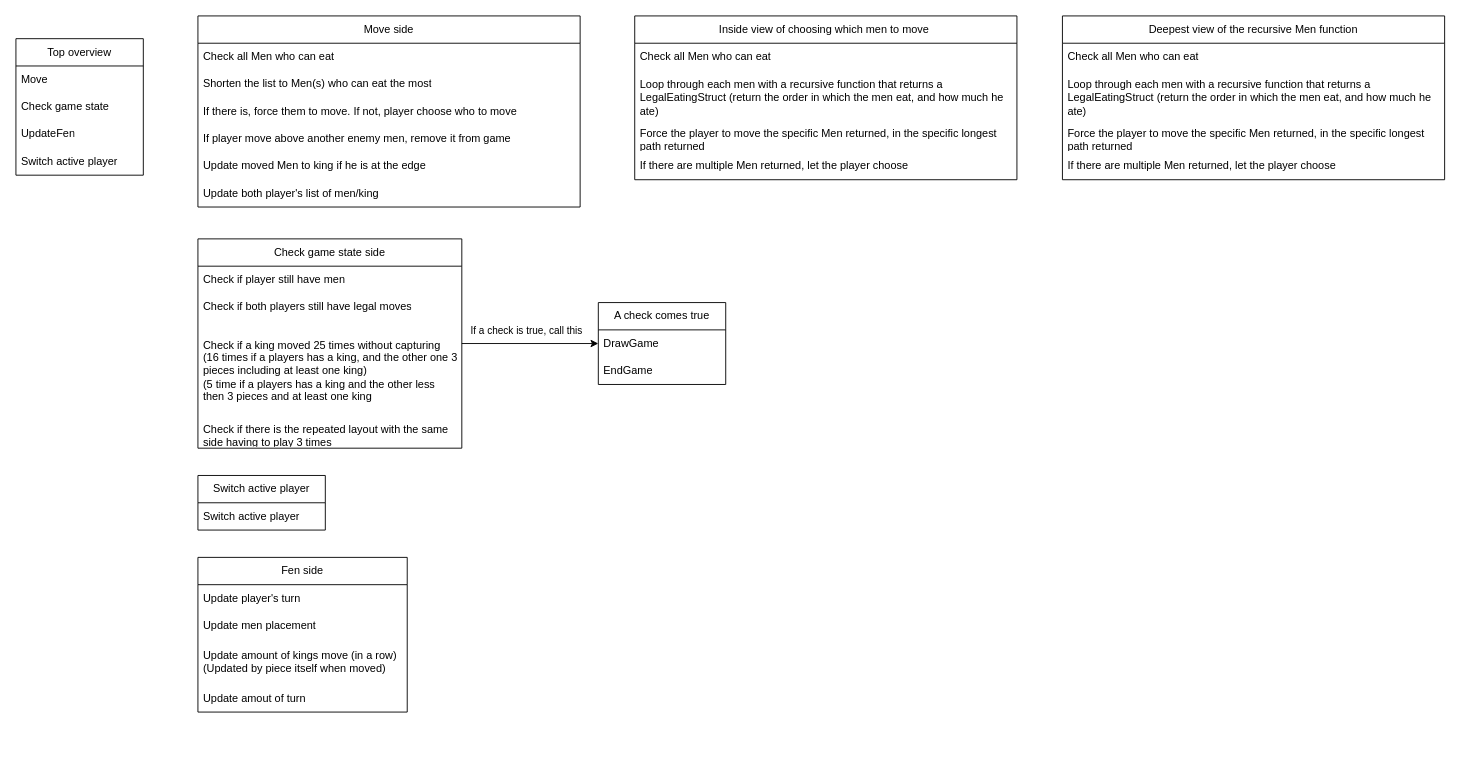
Above: page "Overview" (6 of 6) of Draughts.drawio in TheKrillenum/Draught (draw.io), before the change. Source tidied: cells renumbered, new cells numbered last; positions are measured from the earlier drawing's top-left corner, leaving out a move shared by most shapes. Both pictures are drawn from the tidied source at 91%, with x=0, y=0 at pixel (15, 15).
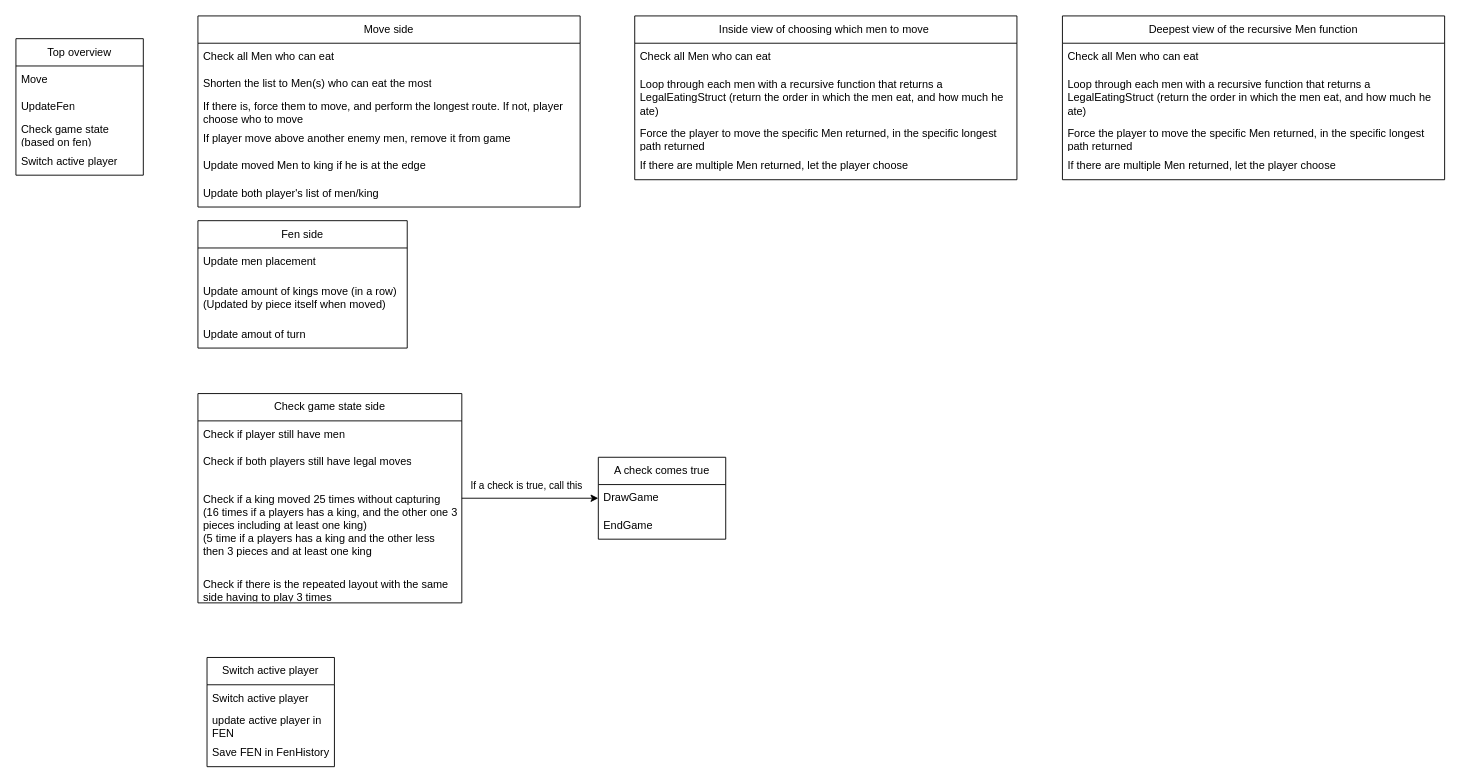
The same page after the edit.

Commit message (it also covers changes not shown here):
Player function added in classDiagram

The change refers to these unchanged cells:
```xml
<mxCell id="2" value="Move side" style="swimlane;fontStyle=0;horizontal=1;startSize=30;whiteSpace=wrap;html=1;" parent="1" vertex="1">
  <mxGeometry x="200" width="420" height="210" as="geometry" />
</mxCell>
<mxCell id="26" value="Top overview" style="swimlane;fontStyle=0;horizontal=1;startSize=30;whiteSpace=wrap;html=1;" parent="1" vertex="1">
  <mxGeometry y="25" width="140" height="150" as="geometry" />
</mxCell>
```

Change to the diagram source:
```diff
@@
-    <mxCell id="5" value="If there is, force them to move. If not, player choose who to move" style="text;strokeColor=none;fillColor=none;align=left;verticalAlign=middle;spacingLeft=4;spacingRight=4;overflow=hidden;whiteSpace=wrap;html=1;" parent="2" vertex="1">
+    <mxCell id="5" value="If there is, force them to move, and perform the longest route. If not, player choose who to move" style="text;strokeColor=none;fillColor=none;align=left;verticalAlign=middle;spacingLeft=4;spacingRight=4;overflow=hidden;whiteSpace=wrap;html=1;" parent="2" vertex="1">
       <mxGeometry y="90" width="420" height="30" as="geometry" />
     </mxCell>
@@
     <mxCell id="9" value="Check game state side" style="swimlane;fontStyle=0;horizontal=1;startSize=30;whiteSpace=wrap;html=1;" parent="1" vertex="1">
-      <mxGeometry x="200" y="245" width="290" height="230" as="geometry" />
+      <mxGeometry x="200" y="415" width="290" height="230" as="geometry" />
     </mxCell>
@@
     <mxCell id="14" value="Fen side" style="swimlane;fontStyle=0;horizontal=1;startSize=30;whiteSpace=wrap;html=1;" parent="1" vertex="1">
-      <mxGeometry x="200" y="595" width="230" height="170" as="geometry" />
+      <mxGeometry x="200" y="225" width="230" height="140" as="geometry" />
     </mxCell>
-    <mxCell id="15" value="Update player's turn" style="text;strokeColor=none;fillColor=none;align=left;verticalAlign=middle;spacingLeft=4;spacingRight=4;overflow=hidden;whiteSpace=wrap;html=1;" parent="14" vertex="1">
-      <mxGeometry y="30" width="230" height="30" as="geometry" />
-    </mxCell>
     <mxCell id="16" value="Update men placement" style="text;strokeColor=none;fillColor=none;align=left;verticalAlign=middle;spacingLeft=4;spacingRight=4;overflow=hidden;whiteSpace=wrap;html=1;" parent="14" vertex="1">
-      <mxGeometry y="60" width="230" height="30" as="geometry" />
+      <mxGeometry y="30" width="230" height="30" as="geometry" />
     </mxCell>
     <mxCell id="17" value="Update amount of kings move (in a row)&lt;br&gt;(Updated by piece itself when moved)" style="text;strokeColor=none;fillColor=none;align=left;verticalAlign=middle;spacingLeft=4;spacingRight=4;overflow=hidden;whiteSpace=wrap;html=1;" parent="14" vertex="1">
-      <mxGeometry y="90" width="230" height="50" as="geometry" />
+      <mxGeometry y="60" width="230" height="50" as="geometry" />
     </mxCell>
     <mxCell id="18" value="Update amout of turn" style="text;strokeColor=none;fillColor=none;align=left;verticalAlign=middle;spacingLeft=4;spacingRight=4;overflow=hidden;whiteSpace=wrap;html=1;" parent="14" vertex="1">
-      <mxGeometry y="140" width="230" height="30" as="geometry" />
+      <mxGeometry y="110" width="230" height="30" as="geometry" />
     </mxCell>
     <mxCell id="19" value="Switch active player" style="swimlane;fontStyle=0;horizontal=1;startSize=30;whiteSpace=wrap;html=1;" parent="1" vertex="1">
-      <mxGeometry x="200" y="505" width="140" height="60" as="geometry" />
+      <mxGeometry x="210" y="705" width="140" height="120" as="geometry" />
     </mxCell>
@@
+    <mxCell id="41" value="update active player in FEN" style="text;strokeColor=none;fillColor=none;align=left;verticalAlign=middle;spacingLeft=4;spacingRight=4;overflow=hidden;whiteSpace=wrap;html=1;" parent="19" vertex="1">
+      <mxGeometry y="60" width="140" height="30" as="geometry" />
+    </mxCell>
+    <mxCell id="42" value="Save FEN in FenHistory" style="text;strokeColor=none;fillColor=none;align=left;verticalAlign=middle;spacingLeft=4;spacingRight=4;overflow=hidden;whiteSpace=wrap;html=1;" parent="19" vertex="1">
+      <mxGeometry y="90" width="140" height="30" as="geometry" />
+    </mxCell>
     <mxCell id="21" value="A check comes true" style="swimlane;fontStyle=0;horizontal=1;startSize=30;whiteSpace=wrap;html=1;" parent="1" vertex="1">
-      <mxGeometry x="640" y="315" width="140" height="90" as="geometry" />
+      <mxGeometry x="640" y="485" width="140" height="90" as="geometry" />
     </mxCell>
@@
+    <mxCell id="29" value="UpdateFen" style="text;strokeColor=none;fillColor=none;align=left;verticalAlign=middle;spacingLeft=4;spacingRight=4;overflow=hidden;whiteSpace=wrap;html=1;" parent="26" vertex="1">
+      <mxGeometry y="60" width="140" height="30" as="geometry" />
+    </mxCell>
-    <mxCell id="28" value="Check game state" style="text;strokeColor=none;fillColor=none;align=left;verticalAlign=middle;spacingLeft=4;spacingRight=4;overflow=hidden;whiteSpace=wrap;html=1;" parent="26" vertex="1">
-      <mxGeometry y="60" width="140" height="30" as="geometry" />
+    <mxCell id="28" value="Check game state (based on fen)" style="text;strokeColor=none;fillColor=none;align=left;verticalAlign=middle;spacingLeft=4;spacingRight=4;overflow=hidden;whiteSpace=wrap;html=1;" parent="26" vertex="1">
+      <mxGeometry y="90" width="140" height="30" as="geometry" />
     </mxCell>
-    <mxCell id="29" value="UpdateFen" style="text;strokeColor=none;fillColor=none;align=left;verticalAlign=middle;spacingLeft=4;spacingRight=4;overflow=hidden;whiteSpace=wrap;html=1;" parent="26" vertex="1">
-      <mxGeometry y="90" width="140" height="30" as="geometry" />
-    </mxCell>
```
